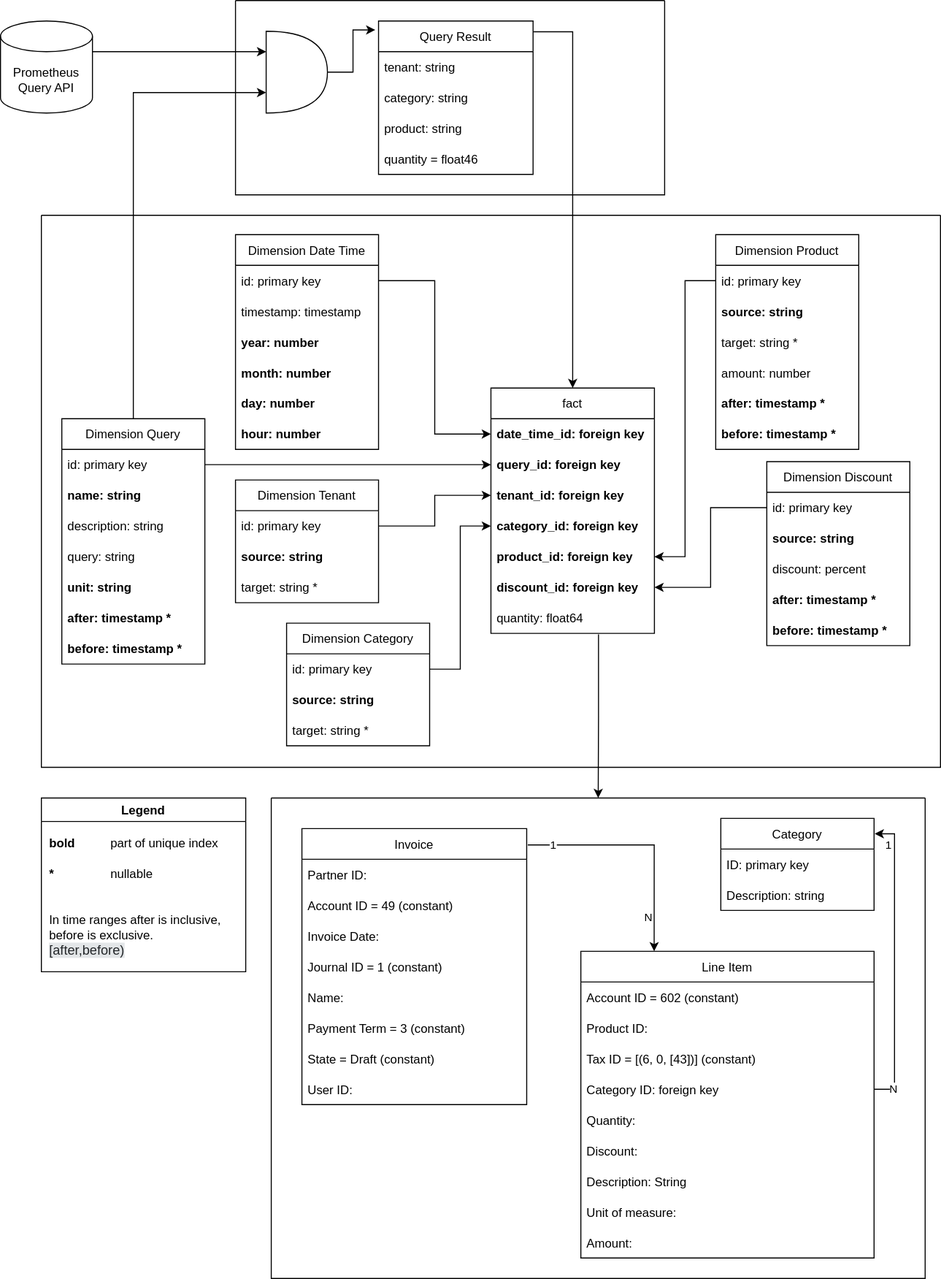
appuio/appuio-io-docs keeps this draw.io diagram as docs/modules/ROOT/assets/images/system/data-model-billing.drawio.svg. Above is the earlier version. Source tidied: cells renumbered, new cells last; positions are measured from the earlier drawing's top-left corner, leaving out a move shared by most shapes.
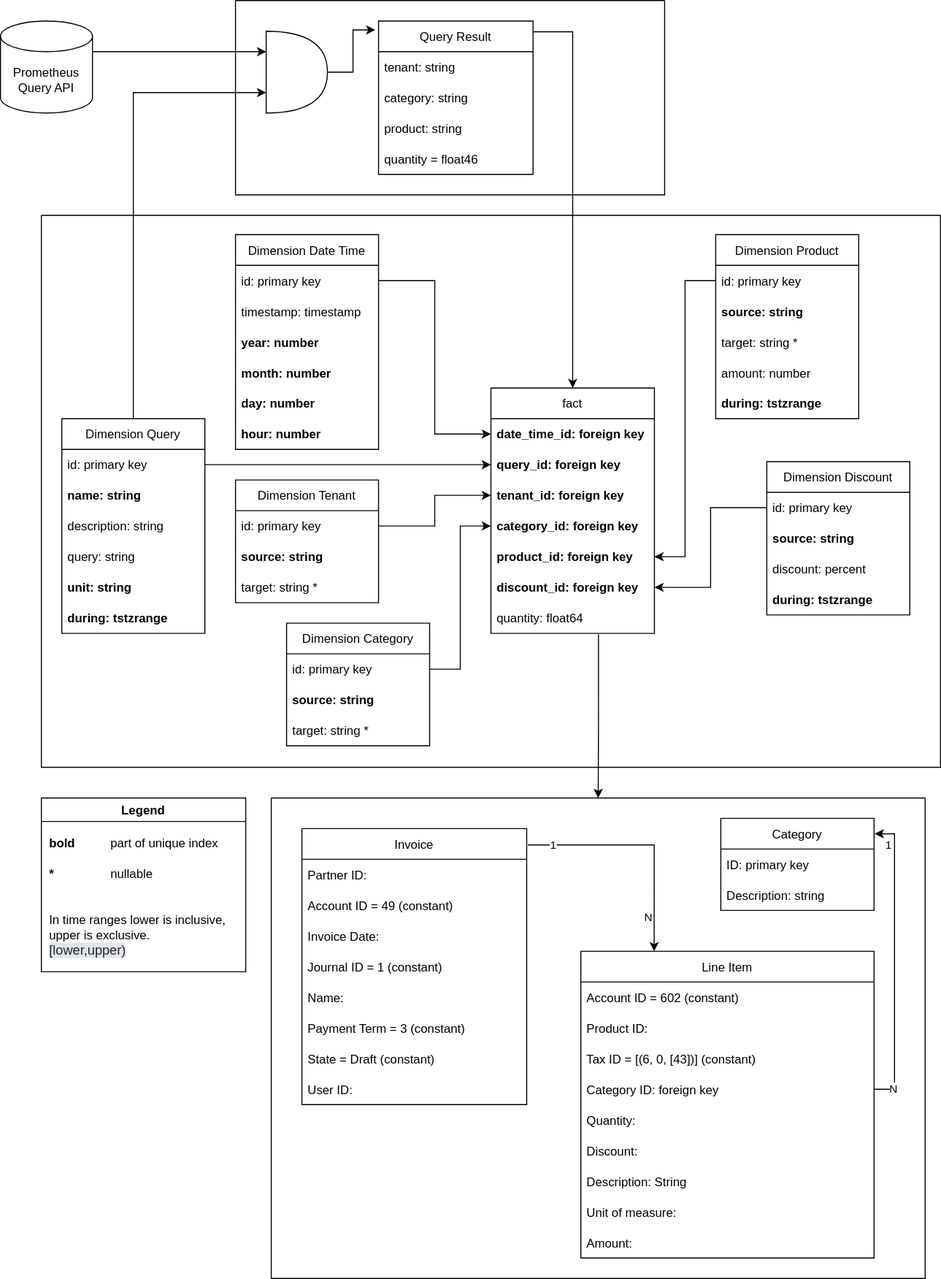
After the commit.

Commit message:
Update to new timerange representation

Diff of the diagram source:
```diff
@@ -184,7 +184,7 @@
       <mxGeometry y="90" width="140" height="30" as="geometry" />
     </mxCell>
     <mxCell id="61" value="Dimension Product" style="swimlane;fontStyle=0;horizontal=1;startSize=30;" parent="43" vertex="1">
-      <mxGeometry x="660" y="19" width="140" height="210" as="geometry" />
+      <mxGeometry x="660" y="19" width="140" height="180" as="geometry" />
     </mxCell>
     <mxCell id="62" value="id: primary key" style="text;strokeColor=none;fillColor=none;align=left;verticalAlign=middle;spacingLeft=4;spacingRight=4;overflow=hidden;points=[[0,0.5],[1,0.5]];portConstraint=eastwest;" parent="61" vertex="1">
       <mxGeometry y="30" width="140" height="30" as="geometry" />
@@ -198,17 +198,14 @@
     <mxCell id="65" value="amount: number" style="text;strokeColor=none;fillColor=none;align=left;verticalAlign=middle;spacingLeft=4;spacingRight=4;overflow=hidden;" parent="61" vertex="1">
       <mxGeometry y="120" width="140" height="30" as="geometry" />
     </mxCell>
-    <mxCell id="66" value="after: timestamp *" style="text;strokeColor=none;fillColor=none;align=left;verticalAlign=middle;spacingLeft=4;spacingRight=4;overflow=hidden;fontStyle=1;" parent="61" vertex="1">
+    <mxCell id="66" value="during: tstzrange" style="text;strokeColor=none;fillColor=none;align=left;verticalAlign=middle;spacingLeft=4;spacingRight=4;overflow=hidden;fontStyle=1;" parent="61" vertex="1">
       <mxGeometry y="150" width="140" height="30" as="geometry" />
     </mxCell>
-    <mxCell id="67" value="before: timestamp *" style="text;strokeColor=none;fillColor=none;align=left;verticalAlign=middle;spacingLeft=4;spacingRight=4;overflow=hidden;fontStyle=1;" parent="61" vertex="1">
-      <mxGeometry y="180" width="140" height="30" as="geometry" />
-    </mxCell>
     <mxCell id="68" style="edgeStyle=orthogonalEdgeStyle;rounded=0;jettySize=auto;html=1;exitX=0;exitY=0.5;exitDx=0;exitDy=0;entryX=1;entryY=0.5;entryDx=0;entryDy=0;" parent="43" edge="1" source="62" target="49">
       <mxGeometry relative="1" as="geometry" />
     </mxCell>
     <mxCell id="69" value="Dimension Discount" style="swimlane;fontStyle=0;horizontal=1;startSize=30;" parent="43" vertex="1">
-      <mxGeometry x="710" y="241" width="140" height="180" as="geometry" />
+      <mxGeometry x="710" y="241" width="140" height="150" as="geometry" />
     </mxCell>
     <mxCell id="70" value="id: primary key" style="text;strokeColor=none;fillColor=none;align=left;verticalAlign=middle;spacingLeft=4;spacingRight=4;overflow=hidden;points=[[0,0.5],[1,0.5]];portConstraint=eastwest;" parent="69" vertex="1">
       <mxGeometry y="30" width="140" height="30" as="geometry" />
@@ -219,12 +216,9 @@
     <mxCell id="72" value="discount: percent" style="text;strokeColor=none;fillColor=none;align=left;verticalAlign=middle;spacingLeft=4;spacingRight=4;overflow=hidden;" parent="69" vertex="1">
       <mxGeometry y="90" width="140" height="30" as="geometry" />
     </mxCell>
-    <mxCell id="73" value="after: timestamp *" style="text;strokeColor=none;fillColor=none;align=left;verticalAlign=middle;spacingLeft=4;spacingRight=4;overflow=hidden;fontStyle=1;" parent="69" vertex="1">
+    <mxCell id="73" value="during: tstzrange" style="text;strokeColor=none;fillColor=none;align=left;verticalAlign=middle;spacingLeft=4;spacingRight=4;overflow=hidden;fontStyle=1;" parent="69" vertex="1">
       <mxGeometry y="120" width="140" height="30" as="geometry" />
     </mxCell>
-    <mxCell id="74" value="before: timestamp *" style="text;strokeColor=none;fillColor=none;align=left;verticalAlign=middle;spacingLeft=4;spacingRight=4;overflow=hidden;fontStyle=1;" parent="69" vertex="1">
-      <mxGeometry y="150" width="140" height="30" as="geometry" />
-    </mxCell>
     <mxCell id="75" style="edgeStyle=orthogonalEdgeStyle;rounded=0;jettySize=auto;html=1;exitX=0;exitY=0.5;exitDx=0;exitDy=0;entryX=1;entryY=0.5;entryDx=0;entryDy=0;" parent="43" edge="1" source="70" target="50">
       <mxGeometry relative="1" as="geometry" />
     </mxCell>
@@ -256,7 +250,7 @@
       <mxGeometry relative="1" as="geometry" />
     </mxCell>
     <mxCell id="85" value="Dimension Query" style="swimlane;fontStyle=0;horizontal=1;startSize=30;" parent="43" vertex="1">
-      <mxGeometry x="20" y="199" width="140" height="240" as="geometry" />
+      <mxGeometry x="20" y="199" width="140" height="210" as="geometry" />
     </mxCell>
     <mxCell id="86" value="id: primary key" style="text;strokeColor=none;fillColor=none;align=left;verticalAlign=middle;spacingLeft=4;spacingRight=4;overflow=hidden;points=[[0,0.5],[1,0.5]];portConstraint=eastwest;" parent="85" vertex="1">
       <mxGeometry y="30" width="140" height="30" as="geometry" />
@@ -273,12 +267,9 @@
     <mxCell id="90" value="unit: string" style="text;strokeColor=none;fillColor=none;align=left;verticalAlign=middle;spacingLeft=4;spacingRight=4;overflow=hidden;fontStyle=1;" parent="85" vertex="1">
       <mxGeometry y="150" width="140" height="30" as="geometry" />
     </mxCell>
-    <mxCell id="91" value="after: timestamp *" style="text;strokeColor=none;fillColor=none;align=left;verticalAlign=middle;spacingLeft=4;spacingRight=4;overflow=hidden;fontStyle=1;horizontal=1;fontColor=#000000;" parent="85" vertex="1">
+    <mxCell id="91" value="during: tstzrange" style="text;strokeColor=none;fillColor=none;align=left;verticalAlign=middle;spacingLeft=4;spacingRight=4;overflow=hidden;fontStyle=1;horizontal=1;fontColor=#000000;" parent="85" vertex="1">
       <mxGeometry y="180" width="140" height="30" as="geometry" />
     </mxCell>
-    <mxCell id="92" value="before: timestamp *" style="text;strokeColor=none;fillColor=none;align=left;verticalAlign=middle;spacingLeft=4;spacingRight=4;overflow=hidden;fontStyle=1;" parent="85" vertex="1">
-      <mxGeometry y="210" width="140" height="30" as="geometry" />
-    </mxCell>
     <mxCell id="93" style="edgeStyle=orthogonalEdgeStyle;rounded=0;jettySize=auto;html=1;exitX=1;exitY=0.5;exitDx=0;exitDy=0;entryX=0;entryY=0.5;entryDx=0;entryDy=0;" parent="43" edge="1" source="86" target="46">
       <mxGeometry relative="1" as="geometry" />
     </mxCell>
@@ -300,7 +291,7 @@
     <mxCell id="99" value="nullable" style="text;html=1;strokeColor=none;fillColor=none;align=left;verticalAlign=middle;whiteSpace=wrap;rounded=0;fontColor=#000000;fontStyle=0;spacingLeft=6;spacingBottom=6;spacingTop=6;" parent="95" vertex="1">
       <mxGeometry x="60" y="60" width="140" height="30" as="geometry" />
     </mxCell>
-    <mxCell id="100" value="In time ranges after is inclusive, before is exclusive.&lt;span style=&quot;background-color: rgb(248 , 249 , 250)&quot;&gt;&lt;br&gt;&lt;/span&gt;&lt;font color=&quot;#232629&quot;&gt;&lt;span style=&quot;font-size: 13px ; background-color: rgb(227 , 230 , 232)&quot;&gt;[after,before)&lt;/span&gt;&lt;/font&gt;" style="text;html=1;strokeColor=none;fillColor=none;align=left;verticalAlign=middle;whiteSpace=wrap;rounded=0;fontColor=#000000;fontStyle=0;spacingLeft=6;spacingBottom=6;spacingTop=6;" parent="95" vertex="1">
+    <mxCell id="100" value="In time ranges lower is inclusive, upper is exclusive.&lt;span style=&quot;background-color: rgb(248 , 249 , 250)&quot;&gt;&lt;br&gt;&lt;/span&gt;&lt;font color=&quot;#232629&quot;&gt;&lt;span style=&quot;font-size: 13px ; background-color: rgb(227 , 230 , 232)&quot;&gt;[lower,upper)&lt;/span&gt;&lt;/font&gt;" style="text;html=1;strokeColor=none;fillColor=none;align=left;verticalAlign=middle;whiteSpace=wrap;rounded=0;fontColor=#000000;fontStyle=0;spacingLeft=6;spacingBottom=6;spacingTop=6;" parent="95" vertex="1">
       <mxGeometry y="100" width="200" height="70" as="geometry" />
     </mxCell>
   </root>
```
